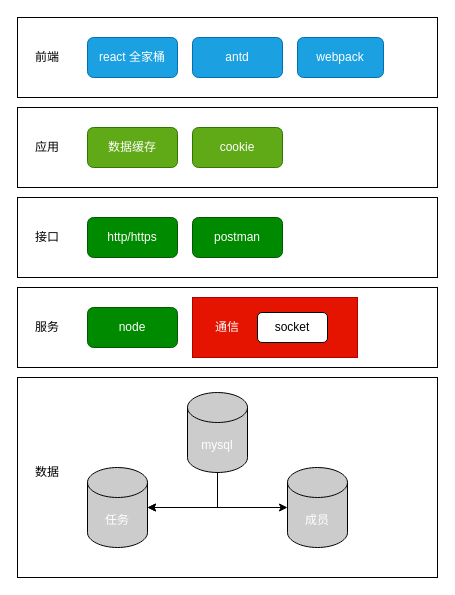
yangFcb/myProject keeps this draw.io diagram as page "Page-2" (2 of 2) of Untitled Diagram.drawio. Above is the earlier version. Source tidied: cells renumbered, new cells numbered last; positions are measured from the earlier drawing's top-left corner, leaving out a move shared by most shapes. Both pictures are drawn from the tidied source at 100%, with x=0, y=0 at pixel (17, 17).
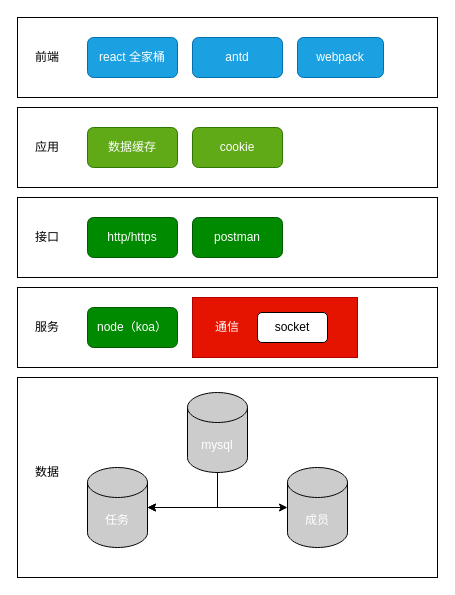
After the change.

Diff of the diagram source:
```diff
@@
-    <mxCell id="17" value="node" style="rounded=1;whiteSpace=wrap;html=1;fillColor=#008a00;strokeColor=#005700;fontColor=#ffffff;" parent="1" vertex="1">
+    <mxCell id="17" value="node（koa）" style="rounded=1;whiteSpace=wrap;html=1;fillColor=#008a00;strokeColor=#005700;fontColor=#ffffff;" parent="1" vertex="1">
       <mxGeometry x="70" y="290" width="90" height="40" as="geometry" />
     </mxCell>
```
